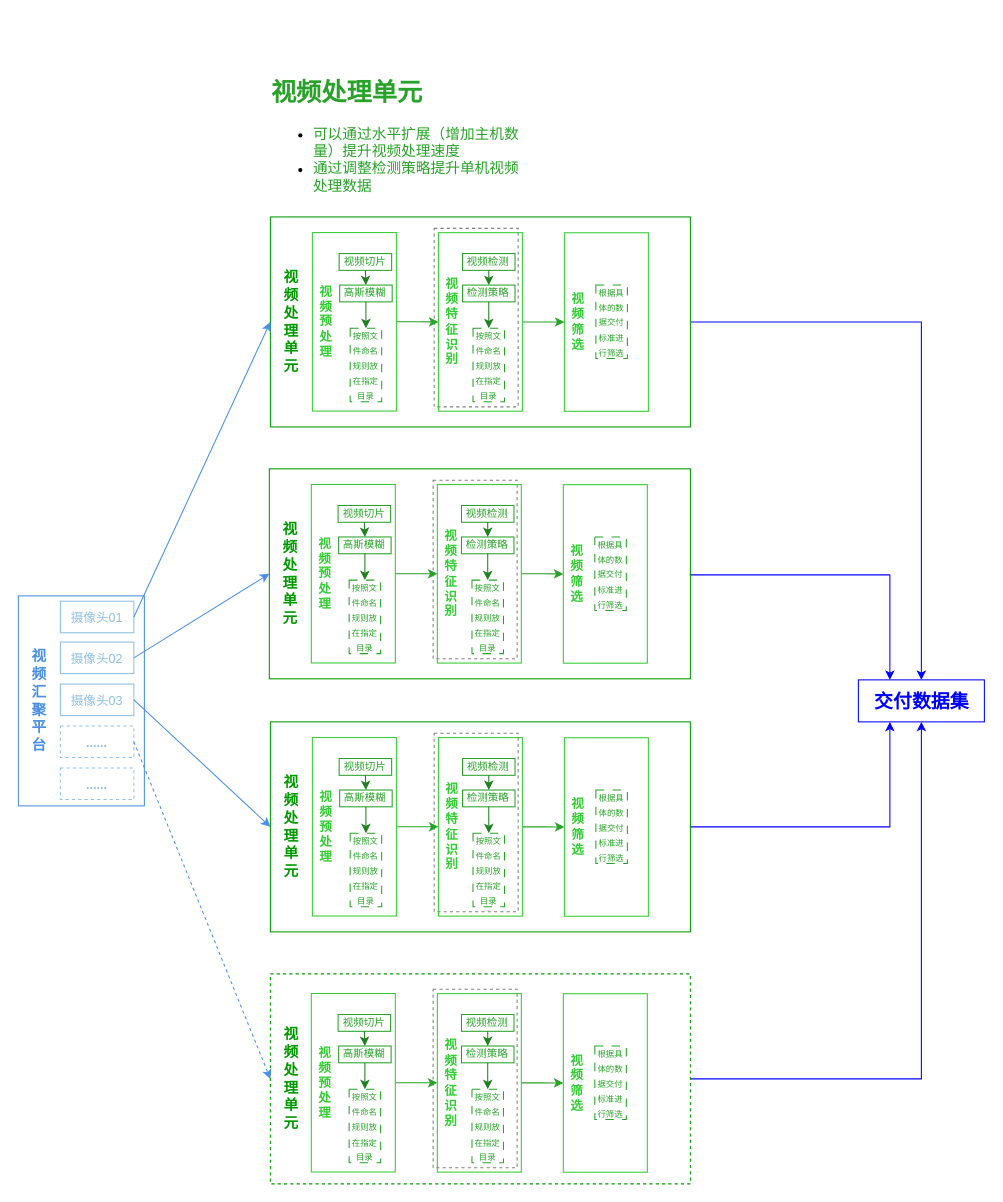
Before: page "AI训练数据处理" (1 of 2) of dhp/culture.and.tourism.drawio in wenhulove333/opendhp, a draw.io diagram. Source tidied: cells renumbered, new cells numbered last; positions are measured from the earlier drawing's top-left corner, leaving out a move shared by most shapes. Both pictures are drawn from the tidied source at 105%, with x=0, y=0 at pixel (18, 70).
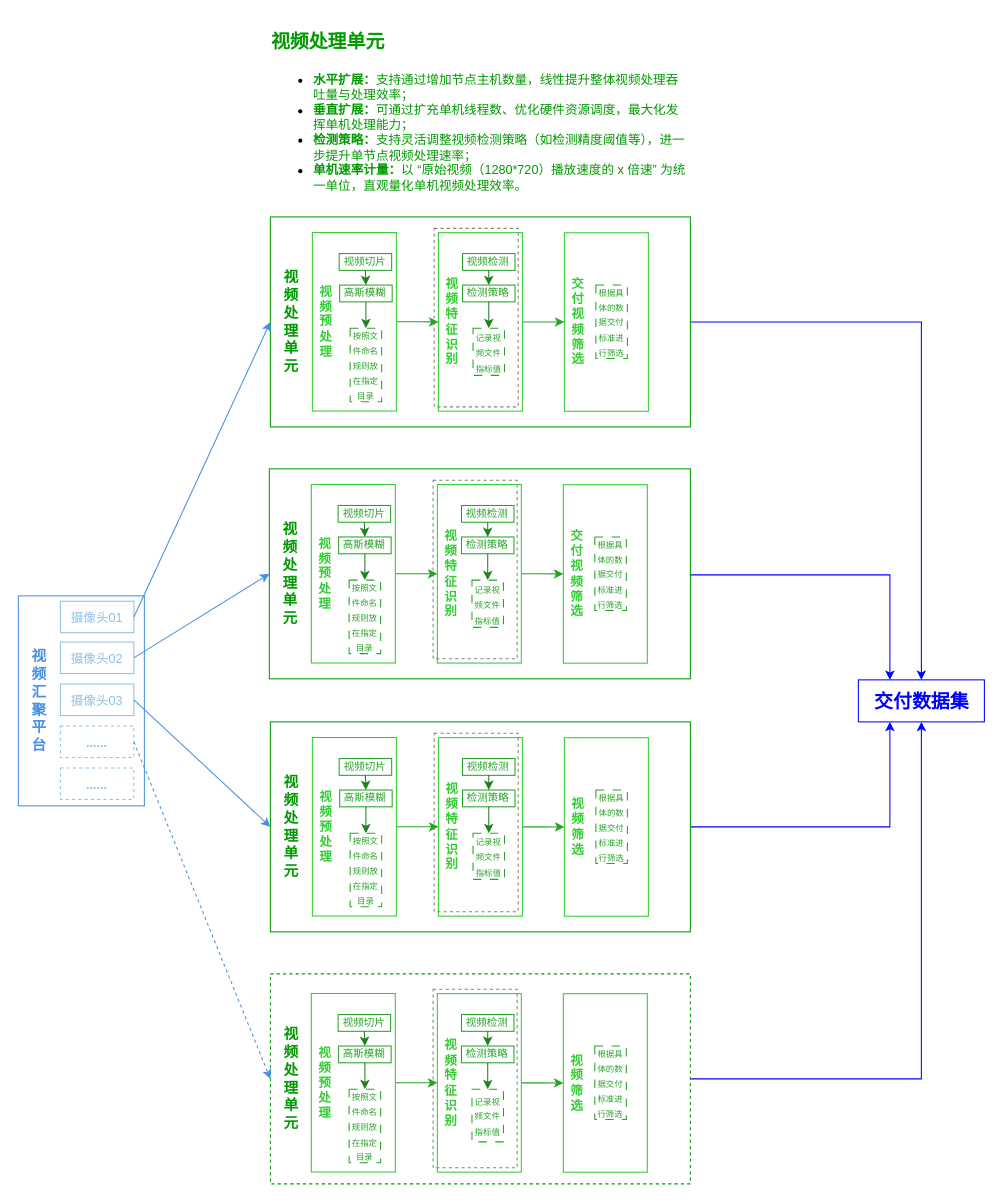
The same page after the edit.

What changed in the source:
```diff
@@
-    <mxCell id="35" value="&lt;font style=&quot;font-size: 12px; color: rgb(50, 205, 50);&quot;&gt;&lt;b style=&quot;&quot;&gt;视频筛选&lt;/b&gt;&lt;/font&gt;" style="text;html=1;align=center;verticalAlign=middle;whiteSpace=wrap;rounded=0;" parent="1" vertex="1">
+    <mxCell id="35" value="&lt;font style=&quot;font-size: 12px; color: rgb(50, 205, 50);&quot;&gt;&lt;b style=&quot;&quot;&gt;交付视频筛选&lt;/b&gt;&lt;/font&gt;" style="text;html=1;align=center;verticalAlign=middle;whiteSpace=wrap;rounded=0;" parent="1" vertex="1">
       <mxGeometry x="523" y="167.9" width="20" height="142.9" as="geometry" />
     </mxCell>
@@
-    <mxCell id="56" value="&lt;font style=&quot;font-size: 8px; color: rgb(40, 162, 40);&quot;&gt;按照文件命名规则放在指定目录&lt;/font&gt;" style="text;html=1;align=center;verticalAlign=middle;whiteSpace=wrap;rounded=0;dashed=1;dashPattern=8 8;strokeColor=#28A228;" parent="1" vertex="1">
-      <mxGeometry x="433" y="245.1" width="30" height="70" as="geometry" />
+    <mxCell id="56" value="&lt;font color=&quot;#28a228&quot;&gt;&lt;span style=&quot;font-size: 8px;&quot;&gt;记录视频文件指标值&lt;/span&gt;&lt;/font&gt;" style="text;html=1;align=center;verticalAlign=middle;whiteSpace=wrap;rounded=0;dashed=1;dashPattern=8 8;strokeColor=#28A228;" parent="1" vertex="1">
+      <mxGeometry x="433" y="245.1" width="30" height="44.9" as="geometry" />
     </mxCell>
@@
-    <mxCell id="70" value="&lt;font style=&quot;font-size: 12px; color: rgb(50, 205, 50);&quot;&gt;&lt;b style=&quot;&quot;&gt;视频筛选&lt;/b&gt;&lt;/font&gt;" style="text;html=1;align=center;verticalAlign=middle;whiteSpace=wrap;rounded=0;" parent="1" vertex="1">
+    <mxCell id="70" value="&lt;font style=&quot;font-size: 12px; color: rgb(50, 205, 50);&quot;&gt;&lt;b style=&quot;&quot;&gt;交付视频筛选&lt;/b&gt;&lt;/font&gt;" style="text;html=1;align=center;verticalAlign=middle;whiteSpace=wrap;rounded=0;" parent="1" vertex="1">
       <mxGeometry x="522" y="407.8" width="20" height="142.9" as="geometry" />
     </mxCell>
@@
-    <mxCell id="91" value="&lt;font style=&quot;font-size: 8px; color: rgb(40, 162, 40);&quot;&gt;按照文件命名规则放在指定目录&lt;/font&gt;" style="text;html=1;align=center;verticalAlign=middle;whiteSpace=wrap;rounded=0;dashed=1;dashPattern=8 8;strokeColor=#28A228;" parent="1" vertex="1">
-      <mxGeometry x="432" y="485" width="30" height="70" as="geometry" />
+    <mxCell id="91" value="&lt;span style=&quot;color: rgb(40, 162, 40); font-size: 8px;&quot;&gt;记录视频文件指标值&lt;/span&gt;" style="text;html=1;align=center;verticalAlign=middle;whiteSpace=wrap;rounded=0;dashed=1;dashPattern=8 8;strokeColor=#28A228;" parent="1" vertex="1">
+      <mxGeometry x="432" y="485" width="30" height="45" as="geometry" />
     </mxCell>
@@
-    <mxCell id="126" value="&lt;font style=&quot;font-size: 8px; color: rgb(40, 162, 40);&quot;&gt;按照文件命名规则放在指定目录&lt;/font&gt;" style="text;html=1;align=center;verticalAlign=middle;whiteSpace=wrap;rounded=0;dashed=1;dashPattern=8 8;strokeColor=#28A228;" parent="1" vertex="1">
-      <mxGeometry x="433" y="726" width="30" height="70" as="geometry" />
+    <mxCell id="126" value="&lt;span style=&quot;color: rgb(40, 162, 40); font-size: 8px;&quot;&gt;记录视频文件指标值&lt;/span&gt;" style="text;html=1;align=center;verticalAlign=middle;whiteSpace=wrap;rounded=0;dashed=1;dashPattern=8 8;strokeColor=#28A228;" parent="1" vertex="1">
+      <mxGeometry x="433" y="726" width="30" height="44" as="geometry" />
     </mxCell>
@@
-    <mxCell id="164" value="&lt;font style=&quot;font-size: 8px; color: rgb(40, 162, 40);&quot;&gt;按照文件命名规则放在指定目录&lt;/font&gt;" style="text;html=1;align=center;verticalAlign=middle;whiteSpace=wrap;rounded=0;dashed=1;dashPattern=8 8;strokeColor=#28A228;" parent="1" vertex="1">
-      <mxGeometry x="432" y="969.8" width="30" height="70" as="geometry" />
+    <mxCell id="164" value="&lt;span style=&quot;color: rgb(40, 162, 40); font-size: 8px;&quot;&gt;记录视频文件指标值&lt;/span&gt;" style="text;html=1;align=center;verticalAlign=middle;whiteSpace=wrap;rounded=0;dashed=1;dashPattern=8 8;strokeColor=#28A228;" parent="1" vertex="1">
+      <mxGeometry x="432" y="969.8" width="30" height="50.2" as="geometry" />
     </mxCell>
@@
-    <mxCell id="172" value="&lt;h1 style=&quot;margin-top: 0px;&quot;&gt;&lt;font style=&quot;color: rgb(40, 162, 40);&quot;&gt;视频处理单元&lt;/font&gt;&lt;/h1&gt;&lt;p&gt;&lt;/p&gt;&lt;ul&gt;&lt;li&gt;&lt;font style=&quot;color: rgb(40, 162, 40); font-size: 14px;&quot;&gt;可以通过水平扩展（增加主机数量）提升视频处理速度&lt;/font&gt;&lt;/li&gt;&lt;li&gt;&lt;font color=&quot;#28a228&quot;&gt;&lt;span style=&quot;font-size: 14px;&quot;&gt;通过调整检测策略提升单机视频处理数据&lt;/span&gt;&lt;/font&gt;&lt;/li&gt;&lt;/ul&gt;&lt;p&gt;&lt;/p&gt;" style="text;html=1;whiteSpace=wrap;overflow=hidden;rounded=0;" parent="1" vertex="1">
-      <mxGeometry x="239" width="250" height="120" as="geometry" />
+    <mxCell id="172" value="&lt;h1 style=&quot;margin-top: 0px;&quot;&gt;&lt;font style=&quot;color: rgb(0, 153, 0); font-size: 18px;&quot;&gt;视频处理单元&lt;/font&gt;&lt;/h1&gt;&lt;ul&gt;&lt;li&gt;&lt;font style=&quot;color: rgb(0, 153, 0);&quot;&gt;&lt;b&gt;水平扩展：&lt;/b&gt;支持通过增加节点主机数量，线性提升整体视频处理吞吐量与处理效率；&lt;/font&gt;&lt;/li&gt;&lt;li&gt;&lt;font style=&quot;color: rgb(0, 153, 0);&quot;&gt;&lt;b&gt;垂直扩展：&lt;/b&gt;可通过扩充单机线程数、优化硬件资源调度，最大化发挥单机处理能力；&lt;/font&gt;&lt;/li&gt;&lt;li&gt;&lt;font style=&quot;color: rgb(0, 153, 0);&quot;&gt;&lt;b&gt;检测策略：&lt;/b&gt;支持灵活调整视频检测策略（如检测精度阈值等），进一步提升单节点视频处理速率；&lt;/font&gt;&lt;/li&gt;&lt;li&gt;&lt;font style=&quot;color: rgb(0, 153, 0);&quot;&gt;&lt;font style=&quot;color: rgb(0, 153, 0);&quot;&gt;&lt;b&gt;单机速率计量：&lt;/b&gt;以 “原始视&lt;font style=&quot;background-color: transparent;&quot;&gt;频（1280*720）播放速度的 x 倍速” 为统一单位，直观量化单机视频处理效率&lt;/font&gt;&lt;/font&gt;&lt;font style=&quot;background-color: transparent;&quot;&gt;。&lt;/font&gt;&lt;/font&gt;&lt;/li&gt;&lt;/ul&gt;&lt;p&gt;&lt;/p&gt;" style="text;html=1;whiteSpace=wrap;overflow=hidden;rounded=0;" parent="1" vertex="1">
+      <mxGeometry x="239" y="-50" width="400" height="180" as="geometry" />
     </mxCell>
```
